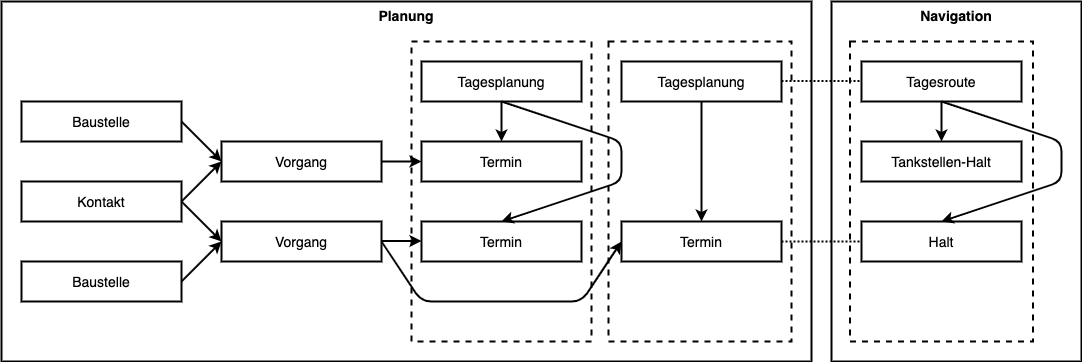
Above: resources/scenario-business-entities.png in exxcellent/student-software-architecture-transition (draw.io), before the change. Source tidied: cells renumbered, new cells last; positions are measured from the earlier drawing's top-left corner, leaving out a move shared by most shapes. Its diagram source:
```xml
<mxGraphModel>
  <root>
    <mxCell id="0" />
    <mxCell id="1" parent="0" />
    <mxCell id="2" style="rounded=0;whiteSpace=wrap;html=1;strokeWidth=2;fillColor=none;dashed=1;" parent="1" vertex="1">
      <mxGeometry x="410" y="40" width="180" height="300" as="geometry" />
    </mxCell>
    <mxCell id="3" style="rounded=0;whiteSpace=wrap;html=1;strokeWidth=2;fillColor=none;dashed=1;" parent="1" vertex="1">
      <mxGeometry x="607" y="40" width="183" height="300" as="geometry" />
    </mxCell>
    <mxCell id="4" value="&lt;font style=&quot;font-size: 14px&quot;&gt;Baustelle&lt;/font&gt;" style="rounded=0;whiteSpace=wrap;html=1;strokeWidth=2;" parent="1" vertex="1">
      <mxGeometry x="20" y="100" width="160" height="40" as="geometry" />
    </mxCell>
    <mxCell id="5" value="&lt;font style=&quot;font-size: 14px&quot;&gt;Kontakt&lt;/font&gt;" style="rounded=0;whiteSpace=wrap;html=1;strokeWidth=2;" parent="1" vertex="1">
      <mxGeometry x="20" y="180" width="160" height="40" as="geometry" />
    </mxCell>
    <mxCell id="6" value="&lt;font style=&quot;font-size: 14px&quot;&gt;Baustelle&lt;/font&gt;" style="rounded=0;whiteSpace=wrap;html=1;strokeWidth=2;" parent="1" vertex="1">
      <mxGeometry x="20" y="260" width="160" height="40" as="geometry" />
    </mxCell>
    <mxCell id="7" value="&lt;font style=&quot;font-size: 14px&quot;&gt;Vorgang&lt;/font&gt;" style="rounded=0;whiteSpace=wrap;html=1;strokeWidth=2;" parent="1" vertex="1">
      <mxGeometry x="220" y="220" width="160" height="40" as="geometry" />
    </mxCell>
    <mxCell id="8" value="&lt;font style=&quot;font-size: 14px&quot;&gt;Vorgang&lt;/font&gt;" style="rounded=0;whiteSpace=wrap;html=1;strokeWidth=2;" parent="1" vertex="1">
      <mxGeometry x="220" y="140" width="160" height="40" as="geometry" />
    </mxCell>
    <mxCell id="9" value="&lt;font style=&quot;font-size: 14px&quot;&gt;Tagesplanung&lt;/font&gt;" style="rounded=0;whiteSpace=wrap;html=1;strokeWidth=2;" parent="1" vertex="1">
      <mxGeometry x="420" y="60" width="160" height="40" as="geometry" />
    </mxCell>
    <mxCell id="10" value="&lt;font style=&quot;font-size: 14px&quot;&gt;Tagesplanung&lt;/font&gt;" style="rounded=0;whiteSpace=wrap;html=1;strokeWidth=2;" parent="1" vertex="1">
      <mxGeometry x="620" y="60" width="160" height="40" as="geometry" />
    </mxCell>
    <mxCell id="11" value="&lt;font style=&quot;font-size: 14px&quot;&gt;Termin&lt;/font&gt;" style="rounded=0;whiteSpace=wrap;html=1;strokeWidth=2;" parent="1" vertex="1">
      <mxGeometry x="420" y="140" width="160" height="40" as="geometry" />
    </mxCell>
    <mxCell id="12" value="&lt;font style=&quot;font-size: 14px&quot;&gt;Termin&lt;/font&gt;" style="rounded=0;whiteSpace=wrap;html=1;strokeWidth=2;" parent="1" vertex="1">
      <mxGeometry x="420" y="220" width="160" height="40" as="geometry" />
    </mxCell>
    <mxCell id="13" value="&lt;font style=&quot;font-size: 14px&quot;&gt;Termin&lt;/font&gt;" style="rounded=0;whiteSpace=wrap;html=1;strokeWidth=2;" parent="1" vertex="1">
      <mxGeometry x="620" y="220" width="160" height="40" as="geometry" />
    </mxCell>
    <mxCell id="14" style="endArrow=classic;html=1;strokeWidth=2;strokeColor=#000000;entryX=0;entryY=0.5;entryDx=0;entryDy=0;" parent="1" edge="1" target="7">
      <mxGeometry relative="1" as="geometry">
        <mxPoint x="180" y="280" as="sourcePoint" />
      </mxGeometry>
    </mxCell>
    <mxCell id="15" style="endArrow=classic;html=1;strokeWidth=2;strokeColor=#000000;entryX=0;entryY=0.5;entryDx=0;entryDy=0;" parent="1" edge="1" target="8">
      <mxGeometry relative="1" as="geometry">
        <mxPoint x="180" y="120" as="sourcePoint" />
      </mxGeometry>
    </mxCell>
    <mxCell id="16" style="endArrow=classic;html=1;strokeWidth=2;strokeColor=#000000;exitX=1;exitY=0.5;exitDx=0;exitDy=0;" parent="1" edge="1" source="5">
      <mxGeometry relative="1" as="geometry">
        <mxPoint x="220" y="240" as="targetPoint" />
      </mxGeometry>
    </mxCell>
    <mxCell id="17" style="endArrow=classic;html=1;strokeWidth=2;strokeColor=#000000;entryX=0;entryY=0.5;entryDx=0;entryDy=0;exitX=1;exitY=0.5;exitDx=0;exitDy=0;" parent="1" edge="1" source="5" target="8">
      <mxGeometry relative="1" as="geometry" />
    </mxCell>
    <mxCell id="18" style="endArrow=classic;html=1;strokeWidth=2;strokeColor=#000000;entryX=0;entryY=0.5;entryDx=0;entryDy=0;exitX=1;exitY=0.5;exitDx=0;exitDy=0;" parent="1" edge="1" source="8" target="11">
      <mxGeometry relative="1" as="geometry" />
    </mxCell>
    <mxCell id="19" style="endArrow=classic;html=1;strokeWidth=2;strokeColor=#000000;entryX=0;entryY=0.5;entryDx=0;entryDy=0;exitX=1;exitY=0.5;exitDx=0;exitDy=0;" parent="1" edge="1">
      <mxGeometry relative="1" as="geometry">
        <mxPoint x="380" y="239.5" as="sourcePoint" />
        <mxPoint x="420" y="239.5" as="targetPoint" />
      </mxGeometry>
    </mxCell>
    <mxCell id="20" style="endArrow=classic;html=1;strokeWidth=2;strokeColor=#000000;exitX=1;exitY=0.5;exitDx=0;exitDy=0;entryX=0;entryY=0.5;entryDx=0;entryDy=0;" parent="1" edge="1" source="7" target="13">
      <mxGeometry relative="1" as="geometry">
        <Array as="points">
          <mxPoint x="420" y="300" />
          <mxPoint x="580" y="300" />
        </Array>
      </mxGeometry>
    </mxCell>
    <mxCell id="21" style="endArrow=classic;html=1;strokeWidth=2;strokeColor=#000000;entryX=0.5;entryY=0;entryDx=0;entryDy=0;exitX=0.5;exitY=1;exitDx=0;exitDy=0;" parent="1" edge="1" source="9" target="11">
      <mxGeometry relative="1" as="geometry" />
    </mxCell>
    <mxCell id="22" style="endArrow=classic;html=1;strokeWidth=2;strokeColor=#000000;entryX=0.5;entryY=0;entryDx=0;entryDy=0;exitX=0.5;exitY=1;exitDx=0;exitDy=0;" parent="1" edge="1" source="9" target="12">
      <mxGeometry relative="1" as="geometry">
        <Array as="points">
          <mxPoint x="620" y="140" />
          <mxPoint x="620" y="180" />
        </Array>
      </mxGeometry>
    </mxCell>
    <mxCell id="23" style="endArrow=classic;html=1;strokeWidth=2;strokeColor=#000000;exitX=0.5;exitY=1;exitDx=0;exitDy=0;entryX=0.5;entryY=0;entryDx=0;entryDy=0;" parent="1" edge="1" source="10" target="13">
      <mxGeometry relative="1" as="geometry" />
    </mxCell>
    <mxCell id="24" value="&lt;font style=&quot;font-size: 14px&quot;&gt;Tagesroute&lt;/font&gt;" style="rounded=0;whiteSpace=wrap;html=1;strokeWidth=2;" parent="1" vertex="1">
      <mxGeometry x="860" y="60" width="160" height="40" as="geometry" />
    </mxCell>
    <mxCell id="25" value="&lt;font style=&quot;font-size: 14px&quot;&gt;Halt&lt;/font&gt;" style="rounded=0;whiteSpace=wrap;html=1;strokeWidth=2;" parent="1" vertex="1">
      <mxGeometry x="860" y="220" width="160" height="40" as="geometry" />
    </mxCell>
    <mxCell id="26" value="&lt;font style=&quot;font-size: 14px&quot;&gt;Tankstellen-Halt&lt;/font&gt;" style="rounded=0;whiteSpace=wrap;html=1;strokeWidth=2;" parent="1" vertex="1">
      <mxGeometry x="860" y="140" width="160" height="40" as="geometry" />
    </mxCell>
    <mxCell id="27" style="endArrow=classic;html=1;strokeWidth=2;strokeColor=#000000;exitX=0.5;exitY=1;exitDx=0;exitDy=0;entryX=0.5;entryY=0;entryDx=0;entryDy=0;" parent="1" edge="1" source="24" target="26">
      <mxGeometry relative="1" as="geometry" />
    </mxCell>
    <mxCell id="28" style="endArrow=classic;html=1;strokeWidth=2;strokeColor=#000000;exitX=0.5;exitY=1;exitDx=0;exitDy=0;entryX=0.5;entryY=0;entryDx=0;entryDy=0;" parent="1" edge="1" source="24" target="25">
      <mxGeometry relative="1" as="geometry">
        <Array as="points">
          <mxPoint x="1060" y="140" />
          <mxPoint x="1060" y="180" />
        </Array>
      </mxGeometry>
    </mxCell>
    <mxCell id="29" style="endArrow=none;html=1;strokeWidth=2;strokeColor=#000000;exitX=1;exitY=0.5;exitDx=0;exitDy=0;entryX=0;entryY=0.5;entryDx=0;entryDy=0;endFill=0;dashed=1;dashPattern=1 1;" parent="1" edge="1" source="13" target="25">
      <mxGeometry relative="1" as="geometry" />
    </mxCell>
    <mxCell id="30" style="endArrow=none;html=1;strokeWidth=2;strokeColor=#000000;exitX=1;exitY=0.5;exitDx=0;exitDy=0;entryX=0;entryY=0.5;entryDx=0;entryDy=0;endFill=0;dashed=1;dashPattern=1 1;" parent="1" edge="1">
      <mxGeometry relative="1" as="geometry">
        <mxPoint x="780" y="79.5" as="sourcePoint" />
        <mxPoint x="860" y="79.5" as="targetPoint" />
      </mxGeometry>
    </mxCell>
    <mxCell id="31" style="rounded=0;whiteSpace=wrap;html=1;strokeWidth=2;fillColor=none;dashed=1;" parent="1" vertex="1">
      <mxGeometry x="848.5" y="40" width="183" height="300" as="geometry" />
    </mxCell>
    <mxCell id="32" value="&lt;font style=&quot;font-size: 14px&quot;&gt;&lt;b&gt;Planung&lt;/b&gt;&lt;/font&gt;" style="rounded=0;whiteSpace=wrap;html=1;strokeWidth=2;fillColor=none;verticalAlign=top;" parent="1" vertex="1">
      <mxGeometry width="810" height="360" as="geometry" />
    </mxCell>
    <mxCell id="33" value="&lt;font style=&quot;font-size: 14px&quot;&gt;&lt;b&gt;Navigation&lt;/b&gt;&lt;/font&gt;" style="rounded=0;whiteSpace=wrap;html=1;strokeWidth=2;fillColor=none;verticalAlign=top;" parent="1" vertex="1">
      <mxGeometry x="830" width="250" height="360" as="geometry" />
    </mxCell>
  </root>
</mxGraphModel>
```
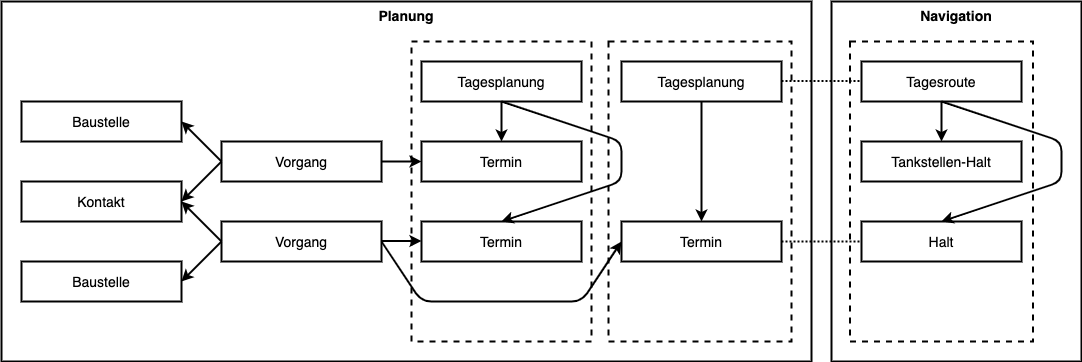
Later version of the same file.

Commit message:
Fix business entity arrows

What changed in the source:
```diff
@@ -2,6 +2,9 @@
   <root>
     <mxCell id="0" />
     <mxCell id="1" parent="0" />
+    <mxCell id="32" value="&lt;font style=&quot;font-size: 14px&quot;&gt;&lt;b&gt;Planung&lt;/b&gt;&lt;/font&gt;" style="rounded=0;whiteSpace=wrap;html=1;strokeWidth=2;fillColor=none;verticalAlign=top;" parent="1" vertex="1">
+      <mxGeometry width="810" height="360" as="geometry" />
+    </mxCell>
     <mxCell id="2" style="rounded=0;whiteSpace=wrap;html=1;strokeWidth=2;fillColor=none;dashed=1;" parent="1" vertex="1">
       <mxGeometry x="410" y="40" width="180" height="300" as="geometry" />
     </mxCell>
@@ -38,22 +41,22 @@
     <mxCell id="13" value="&lt;font style=&quot;font-size: 14px&quot;&gt;Termin&lt;/font&gt;" style="rounded=0;whiteSpace=wrap;html=1;strokeWidth=2;" parent="1" vertex="1">
       <mxGeometry x="620" y="220" width="160" height="40" as="geometry" />
     </mxCell>
-    <mxCell id="14" style="endArrow=classic;html=1;strokeWidth=2;strokeColor=#000000;entryX=0;entryY=0.5;entryDx=0;entryDy=0;" parent="1" edge="1" target="7">
+    <mxCell id="14" style="endArrow=none;html=1;strokeWidth=2;strokeColor=#000000;entryX=0;entryY=0.5;entryDx=0;entryDy=0;endFill=0;startArrow=classic;startFill=1;" parent="1" edge="1" target="7">
       <mxGeometry relative="1" as="geometry">
         <mxPoint x="180" y="280" as="sourcePoint" />
       </mxGeometry>
     </mxCell>
-    <mxCell id="15" style="endArrow=classic;html=1;strokeWidth=2;strokeColor=#000000;entryX=0;entryY=0.5;entryDx=0;entryDy=0;" parent="1" edge="1" target="8">
+    <mxCell id="15" style="endArrow=none;html=1;strokeWidth=2;strokeColor=#000000;entryX=0;entryY=0.5;entryDx=0;entryDy=0;endFill=0;startArrow=classic;startFill=1;" parent="1" edge="1" target="8">
       <mxGeometry relative="1" as="geometry">
         <mxPoint x="180" y="120" as="sourcePoint" />
       </mxGeometry>
     </mxCell>
-    <mxCell id="16" style="endArrow=classic;html=1;strokeWidth=2;strokeColor=#000000;exitX=1;exitY=0.5;exitDx=0;exitDy=0;" parent="1" edge="1" source="5">
+    <mxCell id="16" style="endArrow=none;html=1;strokeWidth=2;strokeColor=#000000;exitX=1;exitY=0.5;exitDx=0;exitDy=0;endFill=0;startArrow=classic;startFill=1;" parent="1" edge="1" source="5">
       <mxGeometry relative="1" as="geometry">
         <mxPoint x="220" y="240" as="targetPoint" />
       </mxGeometry>
     </mxCell>
-    <mxCell id="17" style="endArrow=classic;html=1;strokeWidth=2;strokeColor=#000000;entryX=0;entryY=0.5;entryDx=0;entryDy=0;exitX=1;exitY=0.5;exitDx=0;exitDy=0;" parent="1" edge="1" source="5" target="8">
+    <mxCell id="17" style="endArrow=none;html=1;strokeWidth=2;strokeColor=#000000;entryX=0;entryY=0.5;entryDx=0;entryDy=0;exitX=1;exitY=0.5;exitDx=0;exitDy=0;endFill=0;startArrow=classic;startFill=1;" parent="1" edge="1" source="5" target="8">
       <mxGeometry relative="1" as="geometry" />
     </mxCell>
     <mxCell id="18" style="endArrow=classic;html=1;strokeWidth=2;strokeColor=#000000;entryX=0;entryY=0.5;entryDx=0;entryDy=0;exitX=1;exitY=0.5;exitDx=0;exitDy=0;" parent="1" edge="1" source="8" target="11">
@@ -119,9 +122,6 @@
     <mxCell id="31" style="rounded=0;whiteSpace=wrap;html=1;strokeWidth=2;fillColor=none;dashed=1;" parent="1" vertex="1">
       <mxGeometry x="848.5" y="40" width="183" height="300" as="geometry" />
     </mxCell>
-    <mxCell id="32" value="&lt;font style=&quot;font-size: 14px&quot;&gt;&lt;b&gt;Planung&lt;/b&gt;&lt;/font&gt;" style="rounded=0;whiteSpace=wrap;html=1;strokeWidth=2;fillColor=none;verticalAlign=top;" parent="1" vertex="1">
-      <mxGeometry width="810" height="360" as="geometry" />
-    </mxCell>
     <mxCell id="33" value="&lt;font style=&quot;font-size: 14px&quot;&gt;&lt;b&gt;Navigation&lt;/b&gt;&lt;/font&gt;" style="rounded=0;whiteSpace=wrap;html=1;strokeWidth=2;fillColor=none;verticalAlign=top;" parent="1" vertex="1">
       <mxGeometry x="830" width="250" height="360" as="geometry" />
     </mxCell>
```
